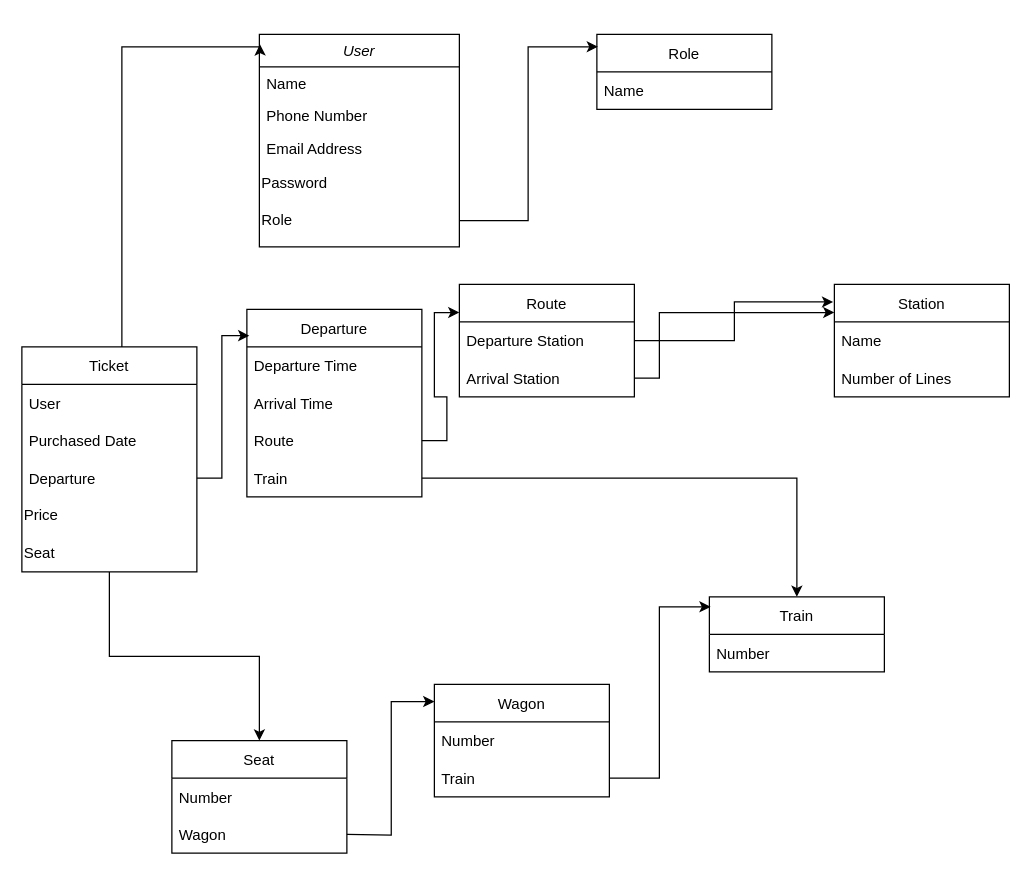
Above: DatabaseDiagram.drawio in rareseanu/Inginerie-Software (draw.io), before the change. Source tidied: cells renumbered, new cells numbered last; positions are measured from the earlier drawing's top-left corner, leaving out a move shared by most shapes. Both pictures are drawn from the tidied source at 125%, with x=0, y=0 at pixel (21, 34).
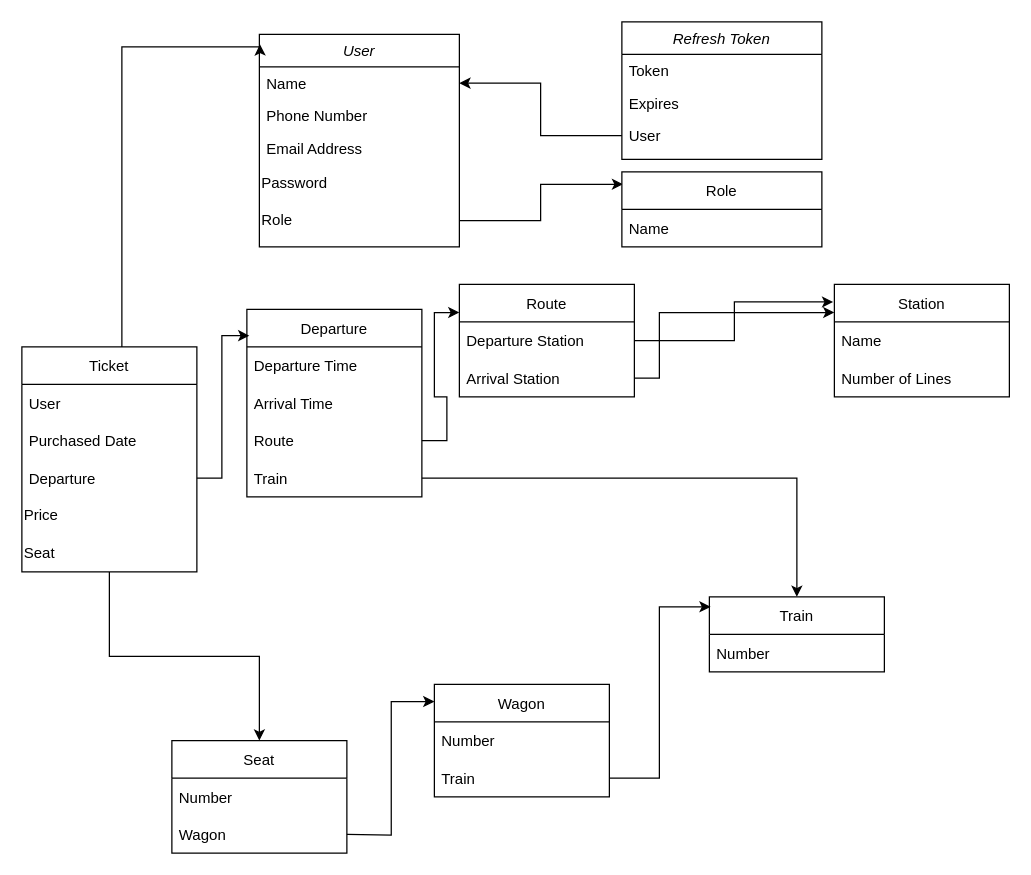
The same page after the edit.

The change refers to these unchanged cells:
```xml
<mxCell id="3" value="Name" style="text;align=left;verticalAlign=top;spacingLeft=4;spacingRight=4;overflow=hidden;points=[[0,0.5],[1,0.5]];portConstraint=eastwest;" parent="2" vertex="1">
  <mxGeometry y="26" width="160" height="26" as="geometry" />
</mxCell>
```

What changed in the source:
```diff
@@
-    <mxCell id="8" value="Role" style="swimlane;fontStyle=0;horizontal=1;startSize=30;align=center;" parent="1" vertex="1">
-      <mxGeometry x="460" width="140" height="60" as="geometry" />
-    </mxCell>
-    <mxCell id="9" value="Name" style="text;strokeColor=none;fillColor=none;align=left;verticalAlign=middle;spacingLeft=4;spacingRight=4;overflow=hidden;" parent="8" vertex="1">
-      <mxGeometry y="30" width="140" height="30" as="geometry" />
-    </mxCell>
@@
+    <mxCell id="45" value="Refresh Token" style="swimlane;fontStyle=2;align=center;verticalAlign=top;horizontal=1;startSize=26;rounded=0;shadow=0;strokeWidth=1;" parent="1" vertex="1">
+      <mxGeometry x="480" y="-10" width="160" height="110" as="geometry" />
+    </mxCell>
+    <mxCell id="46" value="Token" style="text;align=left;verticalAlign=top;spacingLeft=4;spacingRight=4;overflow=hidden;" parent="45" vertex="1">
+      <mxGeometry y="26" width="160" height="26" as="geometry" />
+    </mxCell>
+    <mxCell id="47" value="Expires" style="text;align=left;verticalAlign=top;spacingLeft=4;spacingRight=4;overflow=hidden;rounded=0;shadow=0;html=0;" parent="45" vertex="1">
+      <mxGeometry y="52" width="160" height="26" as="geometry" />
+    </mxCell>
+    <mxCell id="48" value="User" style="text;align=left;verticalAlign=top;spacingLeft=4;spacingRight=4;overflow=hidden;points=[[0,0.5],[1,0.5]];portConstraint=eastwest;rounded=0;shadow=0;html=0;" parent="45" vertex="1">
+      <mxGeometry y="78" width="160" height="26" as="geometry" />
+    </mxCell>
+    <mxCell id="49" style="edgeStyle=orthogonalEdgeStyle;rounded=0;jettySize=auto;html=1;entryX=1;entryY=0.5;entryDx=0;entryDy=0;" parent="1" edge="1" source="48" target="3">
+      <mxGeometry relative="1" as="geometry" />
+    </mxCell>
+    <mxCell id="8" value="Role" style="swimlane;fontStyle=0;horizontal=1;startSize=30;align=center;" parent="1" vertex="1">
+      <mxGeometry x="480" y="110" width="160" height="60" as="geometry" />
+    </mxCell>
+    <mxCell id="9" value="Name" style="text;strokeColor=none;fillColor=none;align=left;verticalAlign=middle;spacingLeft=4;spacingRight=4;overflow=hidden;" parent="8" vertex="1">
+      <mxGeometry y="30" width="160" height="30" as="geometry" />
+    </mxCell>
```
